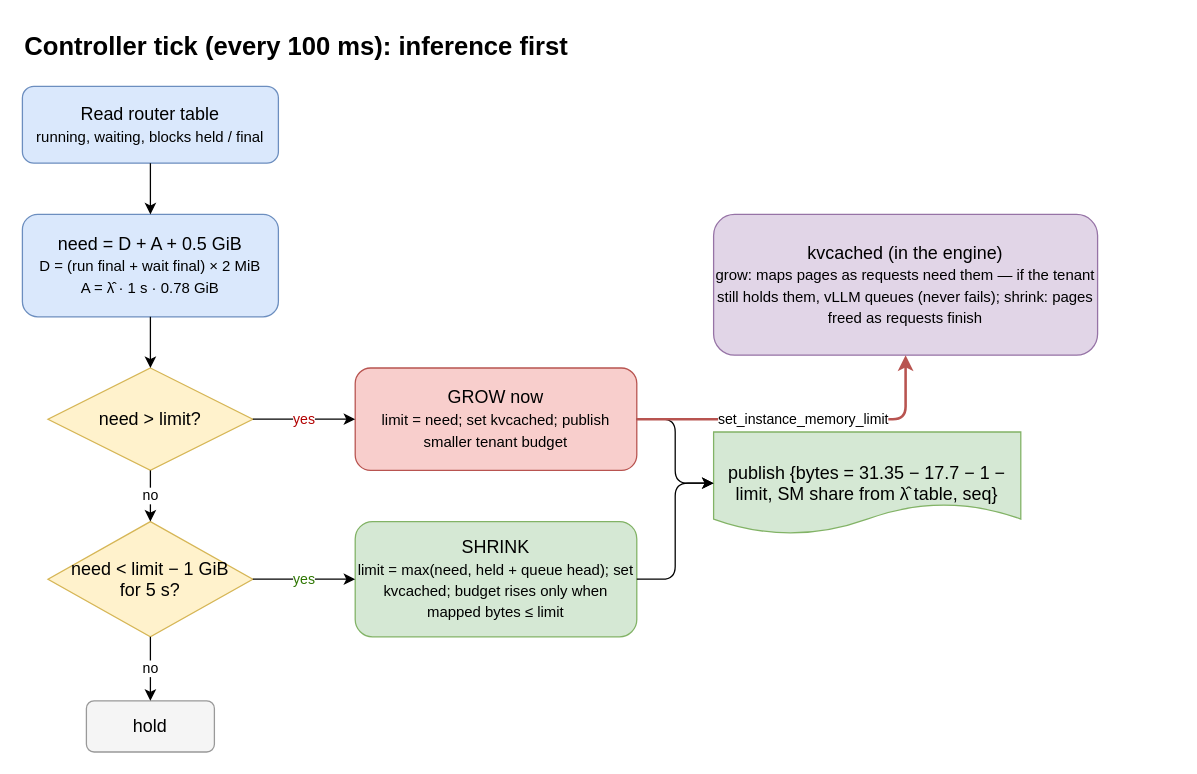
This is coloc_adjust/diagrams/03_controller_loop.drawio from 852866031/cuda-schedule-project, a draw.io file, before an edit. Source tidied: cells renumbered, new cells numbered last; positions are measured from the earlier drawing's top-left corner, leaving out a move shared by most shapes. Both pictures are drawn from the tidied source at 128%, with x=0, y=0 at pixel (22, 22).
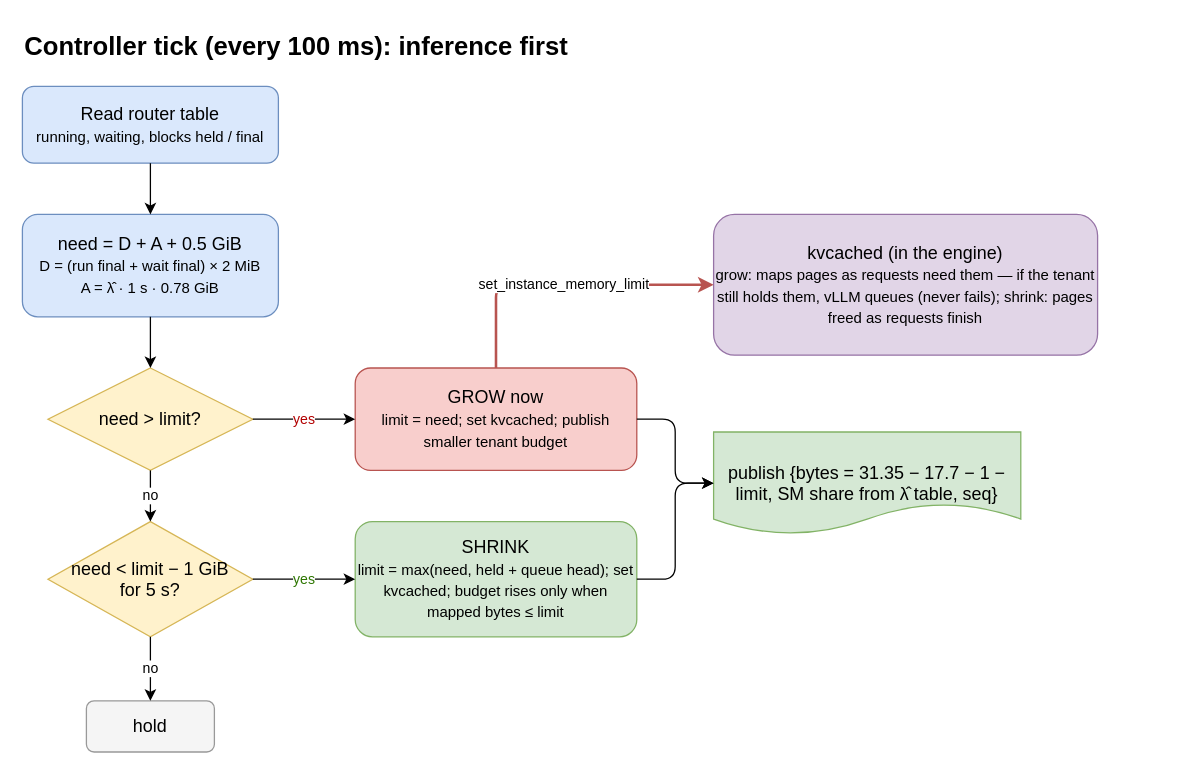
The same diagram, later.

Unchanged cells that the change refers to:
```xml
<mxCell id="6" value="GROW now&lt;br&gt;&lt;small&gt;limit = need; set kvcached; publish smaller tenant budget&lt;/small&gt;" style="rounded=1;whiteSpace=wrap;html=1;fontSize=14;fillColor=#f8cecc;strokeColor=#b85450;" parent="1" vertex="1">
  <mxGeometry x="260" y="270" width="220" height="80" as="geometry" />
</mxCell>
<mxCell id="11" value="kvcached (in the engine)&lt;br&gt;&lt;small&gt;grow: maps pages as requests need them — if the tenant still holds them, vLLM queues (never fails); shrink: pages freed as requests finish&lt;/small&gt;" style="rounded=1;whiteSpace=wrap;html=1;fontSize=14;fillColor=#e1d5e7;strokeColor=#9673a6;" parent="1" vertex="1">
  <mxGeometry x="540" y="150" width="300" height="110" as="geometry" />
</mxCell>
```

What changed in the source:
```diff
@@
-    <mxCell id="20" value="set_instance_memory_limit" style="edgeStyle=orthogonalEdgeStyle;rounded=1;html=1;strokeColor=#b85450;strokeWidth=2;" parent="1" edge="1" source="6" target="11">
-      <mxGeometry relative="1" as="geometry" />
+    <mxCell id="20" value="set_instance_memory_limit" style="edgeStyle=orthogonalEdgeStyle;rounded=1;html=1;strokeColor=#b85450;strokeWidth=2;exitX=0.5;exitY=0;entryX=0;entryY=0.5;labelBackgroundColor=#ffffff;" parent="1" edge="1" source="6" target="11">
+      <mxGeometry relative="1" as="geometry">
+        <Array as="points">
+          <mxPoint x="370" y="205" />
+        </Array>
+      </mxGeometry>
     </mxCell>
```
